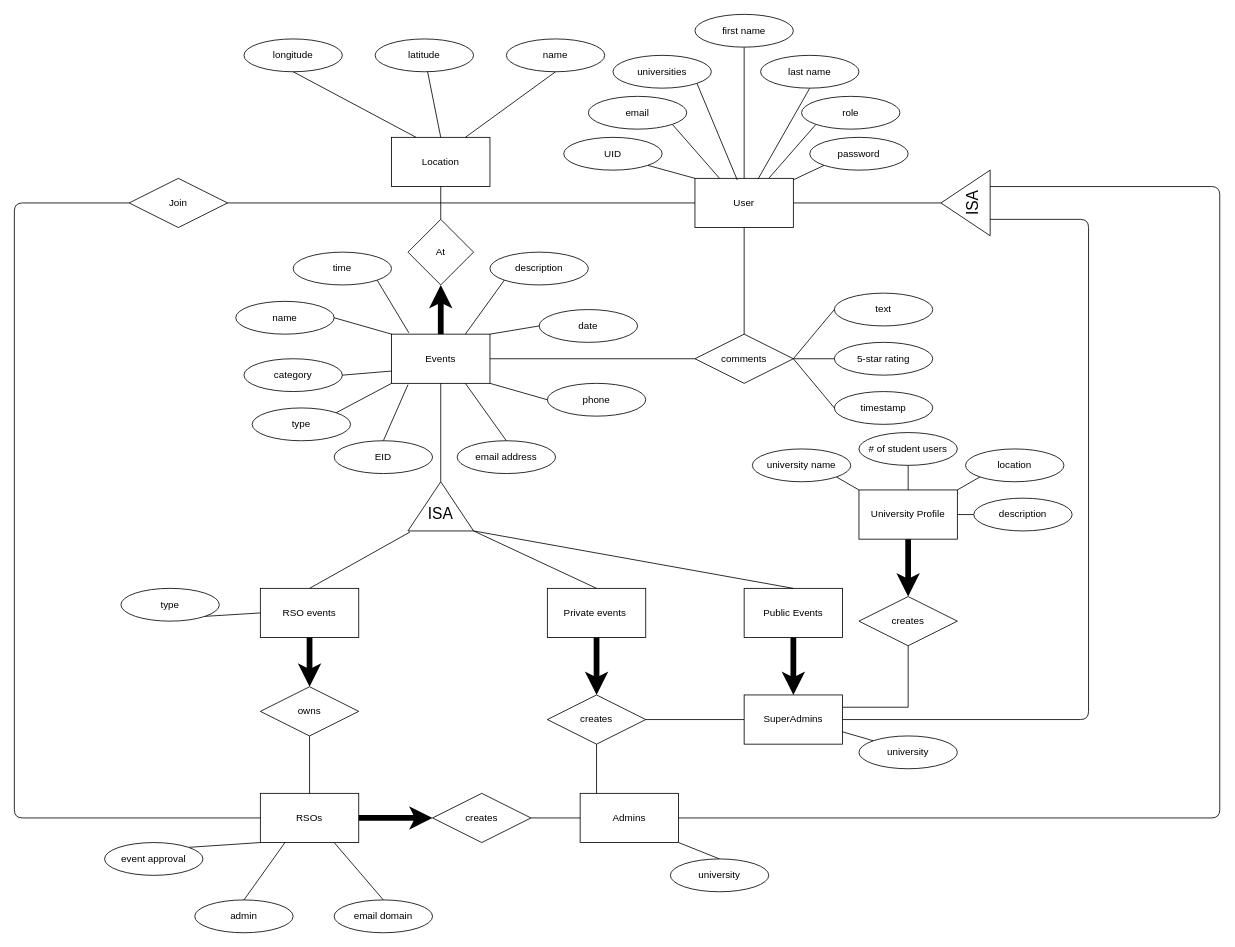
Before: resources/draft_designs/Er_diagram.drawio in JuleeyG/CollegeEventWebsite, a draw.io diagram. Source tidied: cells renumbered, new cells numbered last; positions are measured from the earlier drawing's top-left corner, leaving out a move shared by most shapes. Both pictures are drawn from the tidied source at 82%, with x=0, y=0 at pixel (14, 14).
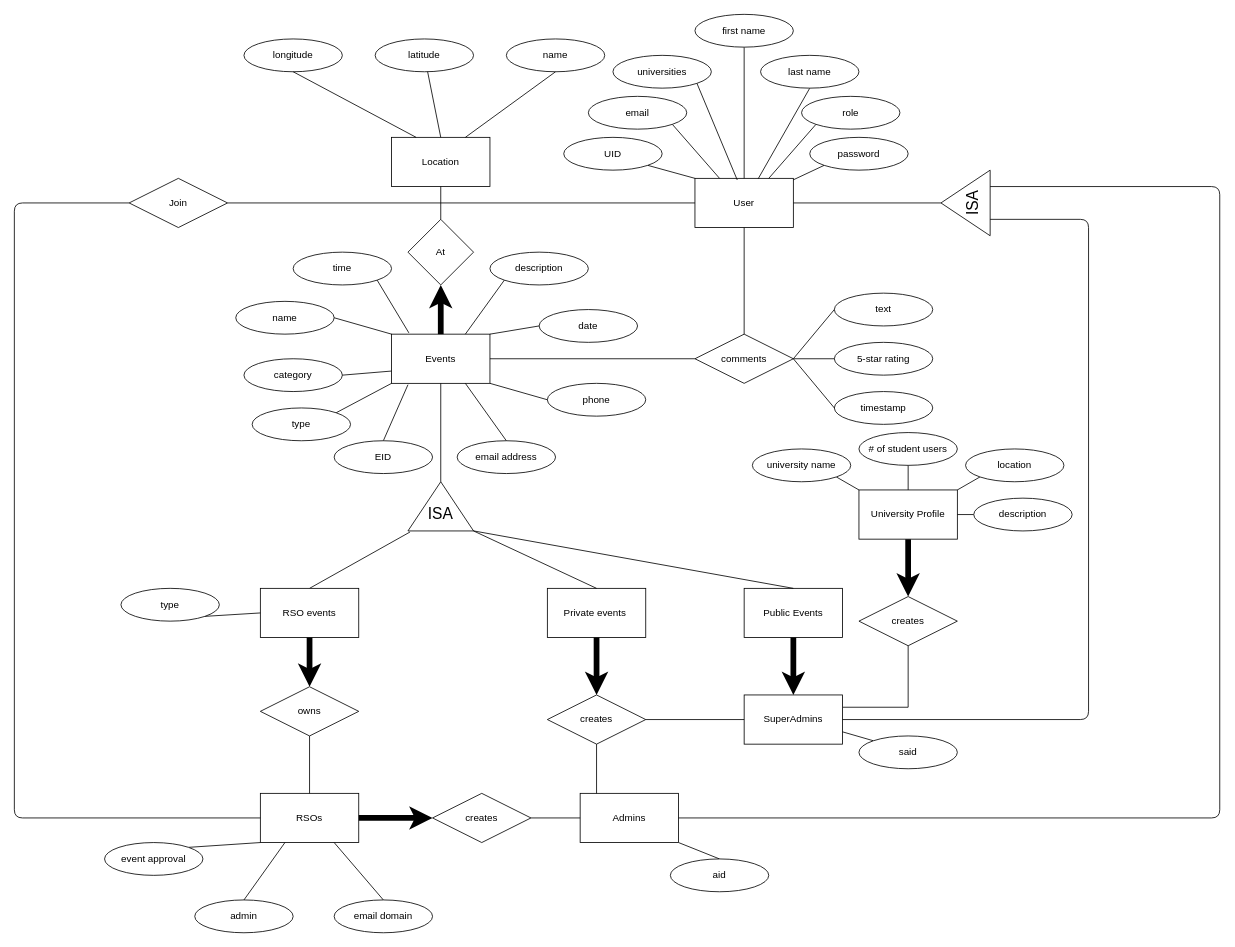
The same diagram, later.

The edit, as a diff of the source:
```diff
@@
-    <mxCell id="92" value="university" style="ellipse;whiteSpace=wrap;html=1;" parent="1" vertex="1">
+    <mxCell id="92" value="said" style="ellipse;whiteSpace=wrap;html=1;" parent="1" vertex="1">
       <mxGeometry x="1030" y="880" width="120" height="40" as="geometry" />
     </mxCell>
@@
-    <mxCell id="96" value="university" style="ellipse;whiteSpace=wrap;html=1;" parent="1" vertex="1">
+    <mxCell id="96" value="aid" style="ellipse;whiteSpace=wrap;html=1;" parent="1" vertex="1">
       <mxGeometry x="800" y="1030" width="120" height="40" as="geometry" />
     </mxCell>
```
